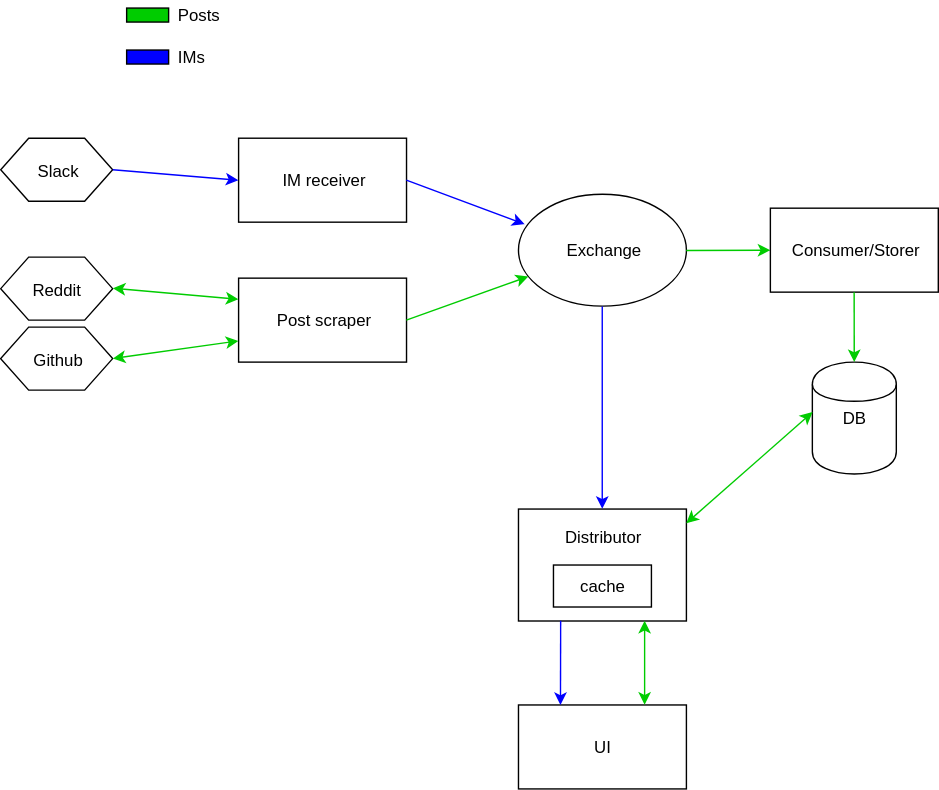
Above: System Architecture.svg in decentstudio/decent-info (draw.io), before the change. Source tidied: cells renumbered, new cells last; positions are measured from the earlier drawing's top-left corner, leaving out a move shared by most shapes.
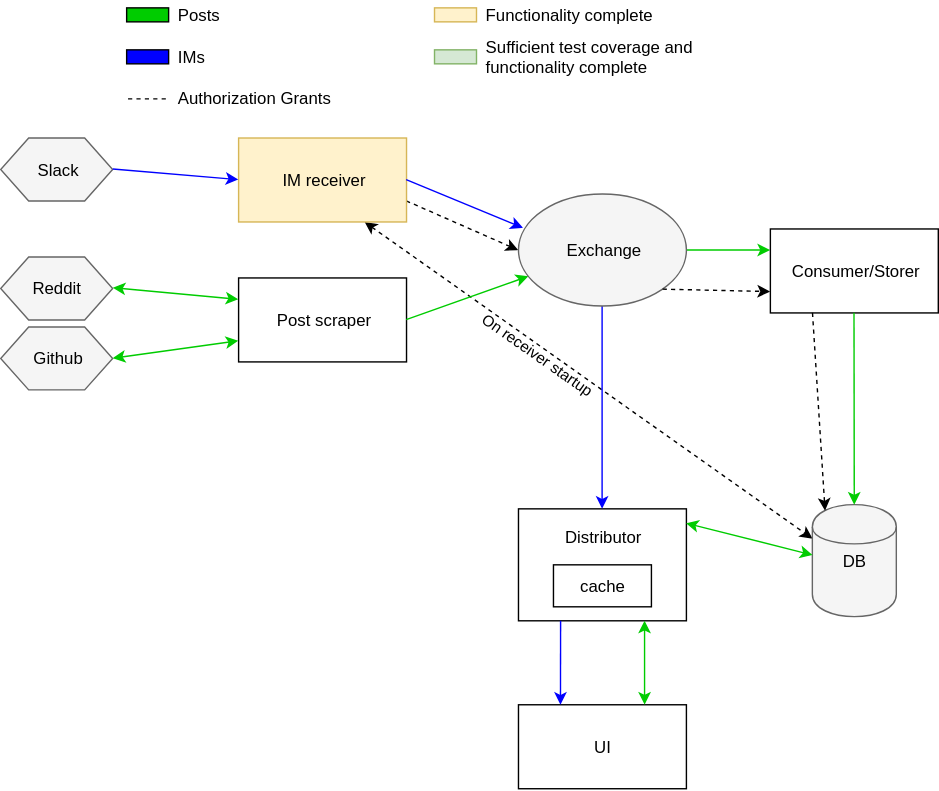
Above is the later version.

Commit message:
Add authorization grants and colors for service dev status

Diff of the diagram source:
```diff
@@ -2,31 +2,32 @@
   <root>
     <mxCell id="0" />
     <mxCell id="1" parent="0" />
+    <mxCell id="29" style="endArrow=classic;startArrow=classic;html=1;shadow=0;strokeColor=#000000;fontSize=8;exitX=0.75;exitY=1;entryX=0;entryY=0.3;dashed=1;" parent="1" edge="1" source="2" target="9">
+      <mxGeometry relative="1" as="geometry" />
+    </mxCell>
+    <mxCell id="30" style="endArrow=classic;html=1;strokeColor=#000000;exitX=1;exitY=0.75;entryX=0;entryY=0.5;comic=0;shadow=0;dashed=1;" parent="1" edge="1" source="2" target="4">
+      <mxGeometry relative="1" as="geometry" />
+    </mxCell>
-    <mxCell id="2" value="IM receiver" style="rounded=0;whiteSpace=wrap;html=1;" parent="1" vertex="1">
+    <mxCell id="2" value="IM receiver" style="rounded=0;whiteSpace=wrap;html=1;fillColor=#fff2cc;strokeColor=#d6b656;" parent="1" vertex="1">
       <mxGeometry x="170" y="98" width="120" height="60" as="geometry" />
     </mxCell>
     <mxCell id="3" value="Post scraper" style="rounded=0;whiteSpace=wrap;html=1;" parent="1" vertex="1">
       <mxGeometry x="170" y="198" width="120" height="60" as="geometry" />
     </mxCell>
-    <mxCell id="4" value="Exchange" style="ellipse;whiteSpace=wrap;html=1;" parent="1" vertex="1">
-      <mxGeometry x="370" y="138" width="120" height="80" as="geometry" />
-    </mxCell>
-    <mxCell id="5" style="endArrow=classic;html=1;exitX=1;exitY=0.5;entryX=0.038;entryY=0.268;entryPerimeter=0;fillColor=#dae8fc;strokeColor=#0000FF;" parent="1" edge="1" source="2" target="4">
+    <mxCell id="5" style="endArrow=classic;html=1;exitX=1;exitY=0.5;entryX=0.027;entryY=0.303;entryPerimeter=0;fillColor=#dae8fc;strokeColor=#0000FF;" parent="1" edge="1" source="2" target="4">
       <mxGeometry relative="1" as="geometry" />
     </mxCell>
     <mxCell id="6" style="endArrow=classic;html=1;exitX=1;exitY=0.5;strokeColor=#00CC00;" parent="1" edge="1" source="3" target="4">
       <mxGeometry relative="1" as="geometry" />
     </mxCell>
-    <mxCell id="7" style="endArrow=classic;html=1;exitX=1;exitY=0.5;strokeColor=#00CC00;" parent="1" edge="1" source="4">
-      <mxGeometry relative="1" as="geometry">
-        <mxPoint x="550" y="178" as="targetPoint" />
-      </mxGeometry>
+    <mxCell id="7" style="endArrow=classic;html=1;exitX=1;exitY=0.5;strokeColor=#00CC00;entryX=0;entryY=0.25;" parent="1" edge="1" source="4" target="8">
+      <mxGeometry relative="1" as="geometry" />
     </mxCell>
     <mxCell id="8" value="Consumer/Storer" style="rounded=0;whiteSpace=wrap;html=1;" parent="1" vertex="1">
-      <mxGeometry x="550" y="148" width="120" height="60" as="geometry" />
+      <mxGeometry x="550" y="163" width="120" height="60" as="geometry" />
     </mxCell>
-    <mxCell id="9" value="DB" style="shape=cylinder;whiteSpace=wrap;html=1;" parent="1" vertex="1">
-      <mxGeometry x="580" y="258" width="60" height="80" as="geometry" />
+    <mxCell id="9" value="DB" style="shape=cylinder;whiteSpace=wrap;html=1;fillColor=#f5f5f5;strokeColor=#666666;" parent="1" vertex="1">
+      <mxGeometry x="580" y="360" width="60" height="80" as="geometry" />
     </mxCell>
     <mxCell id="10" style="endArrow=classic;html=1;exitX=0.5;exitY=1;strokeColor=#00CC00;" parent="1" edge="1" source="8" target="9">
       <mxGeometry relative="1" as="geometry" />
@@ -57,13 +58,13 @@
         <mxPoint x="400" y="503" as="targetPoint" />
       </mxGeometry>
     </mxCell>
-    <mxCell id="19" value="Slack" style="shape=hexagon;perimeter=hexagonPerimeter;whiteSpace=wrap;html=1;" parent="1" vertex="1">
+    <mxCell id="19" value="Slack" style="shape=hexagon;perimeter=hexagonPerimeter;whiteSpace=wrap;html=1;fillColor=#f5f5f5;strokeColor=#666666;" parent="1" vertex="1">
       <mxGeometry y="98" width="80" height="45" as="geometry" />
     </mxCell>
-    <mxCell id="20" value="Reddit" style="shape=hexagon;perimeter=hexagonPerimeter;whiteSpace=wrap;html=1;" parent="1" vertex="1">
+    <mxCell id="20" value="Reddit" style="shape=hexagon;perimeter=hexagonPerimeter;whiteSpace=wrap;html=1;fillColor=#f5f5f5;strokeColor=#666666;" parent="1" vertex="1">
       <mxGeometry y="183" width="80" height="45" as="geometry" />
     </mxCell>
-    <mxCell id="21" value="Github" style="shape=hexagon;perimeter=hexagonPerimeter;whiteSpace=wrap;html=1;" parent="1" vertex="1">
+    <mxCell id="21" value="Github" style="shape=hexagon;perimeter=hexagonPerimeter;whiteSpace=wrap;html=1;fillColor=#f5f5f5;strokeColor=#666666;" parent="1" vertex="1">
       <mxGeometry y="233" width="80" height="45" as="geometry" />
     </mxCell>
     <mxCell id="22" style="endArrow=classic;html=1;exitX=1;exitY=0.5;entryX=0;entryY=0.5;fillColor=#dae8fc;strokeColor=#0000FF;" parent="1" edge="1" source="19" target="2">
@@ -87,5 +88,40 @@
     <mxCell id="28" style="endArrow=classic;startArrow=classic;html=1;strokeColor=#00CC00;entryX=0;entryY=0.75;exitX=1;exitY=0.5;" parent="1" edge="1" source="21" target="3">
       <mxGeometry relative="1" as="geometry" />
     </mxCell>
+    <mxCell id="31" style="rounded=0;whiteSpace=wrap;html=1;fillColor=#fff2cc;strokeColor=#d6b656;" parent="1" vertex="1">
+      <mxGeometry x="310" y="5" width="30" height="10" as="geometry" />
+    </mxCell>
+    <mxCell id="32" style="rounded=0;whiteSpace=wrap;html=1;fillColor=#d5e8d4;strokeColor=#82b366;" parent="1" vertex="1">
+      <mxGeometry x="310" y="35" width="30" height="10" as="geometry" />
+    </mxCell>
+    <mxCell id="33" value="Functionality complete" style="text;html=1;strokeColor=none;fillColor=none;align=left;verticalAlign=middle;whiteSpace=wrap;" parent="1" vertex="1">
+      <mxGeometry x="345" width="135" height="20" as="geometry" />
+    </mxCell>
+    <mxCell id="34" value="Sufficient test coverage and functionality complete" style="text;html=1;strokeColor=none;fillColor=none;align=left;verticalAlign=middle;whiteSpace=wrap;" parent="1" vertex="1">
+      <mxGeometry x="345" y="30" width="165" height="20" as="geometry" />
+    </mxCell>
+    <mxCell id="4" value="Exchange" style="ellipse;whiteSpace=wrap;html=1;fillColor=#f5f5f5;strokeColor=#666666;" parent="1" vertex="1">
+      <mxGeometry x="370" y="138" width="120" height="80" as="geometry" />
+    </mxCell>
+    <mxCell id="35" value="Authorization Grants" style="text;html=1;strokeColor=none;fillColor=none;align=left;verticalAlign=middle;whiteSpace=wrap;" parent="1" vertex="1">
+      <mxGeometry x="125" y="59" width="115" height="20" as="geometry" />
+    </mxCell>
+    <mxCell id="36" style="endArrow=classic;html=1;strokeColor=#000000;comic=0;shadow=0;entryX=0;entryY=0.75;dashed=1;" parent="1" edge="1" target="8">
+      <mxGeometry relative="1" as="geometry">
+        <mxPoint x="473" y="206" as="sourcePoint" />
+      </mxGeometry>
+    </mxCell>
+    <mxCell id="37" style="endArrow=classic;html=1;strokeColor=#000000;comic=0;shadow=0;entryX=0.15;entryY=0.05;exitX=0.25;exitY=1;entryPerimeter=0;dashed=1;" parent="1" edge="1" source="8" target="9">
+      <mxGeometry relative="1" as="geometry" />
+    </mxCell>
+    <mxCell id="38" value="On receiver startup" style="text;html=1;strokeColor=none;fillColor=none;align=center;verticalAlign=middle;whiteSpace=wrap;fontSize=11;rotation=35;" parent="1" vertex="1">
+      <mxGeometry x="324" y="242" width="119" height="20" as="geometry" />
+    </mxCell>
+    <mxCell id="39" style="endArrow=none;dashed=1;html=1;shadow=0;strokeColor=#000000;fontSize=11;" parent="1" edge="1">
+      <mxGeometry relative="1" as="geometry">
+        <mxPoint x="91" y="70" as="sourcePoint" />
+        <mxPoint x="121" y="70" as="targetPoint" />
+      </mxGeometry>
+    </mxCell>
   </root>
 </mxGraphModel>
```
